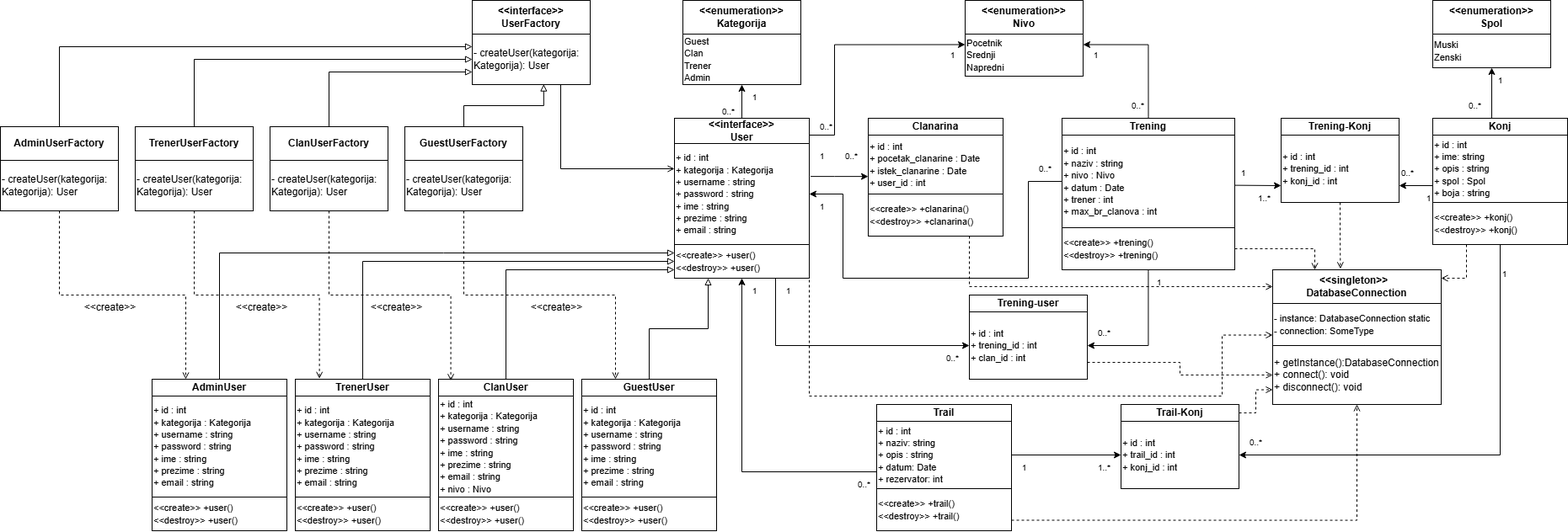
Earlier version of the draw.io export Dokumentacija/Dijagram klasa + Kreacijski paterni.png (ooad-2024-2025/Grupa4-Tim1). Source tidied: cells renumbered, new cells last; positions are measured from the earlier drawing's top-left corner, leaving out a move shared by most shapes.
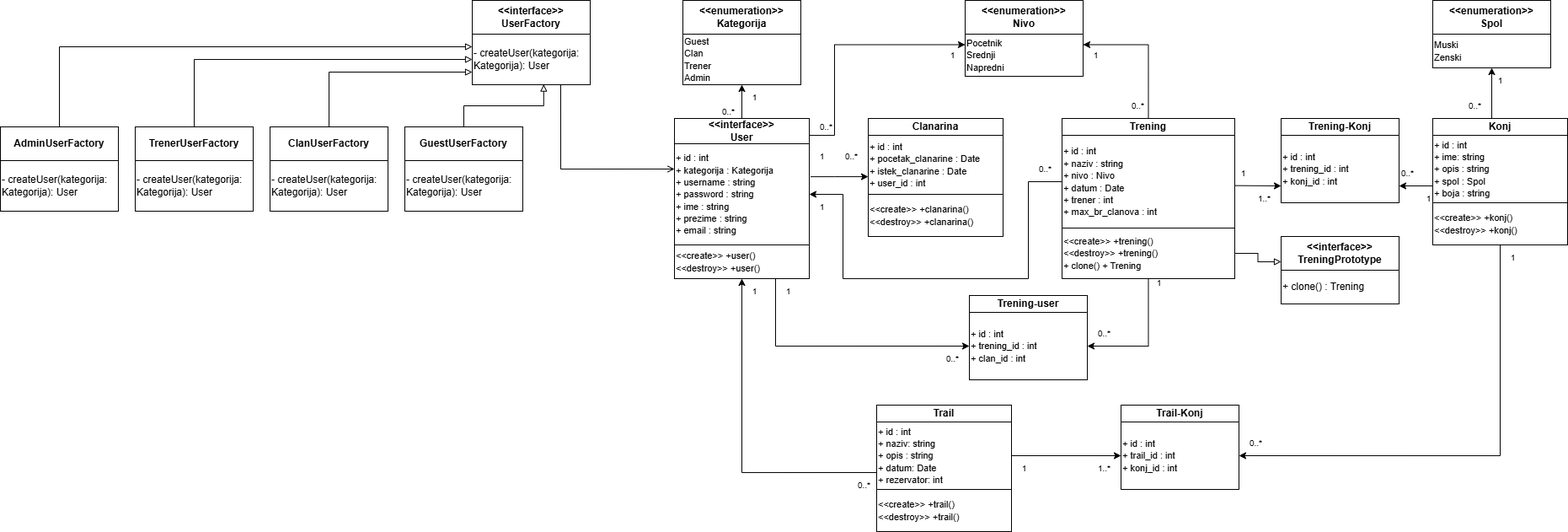
After the change.

Commit message:
Task 8 finito

Change to the diagram source:
```diff
@@ -18,11 +18,2 @@
     </mxCell>
-    <mxCell id="5" style="edgeStyle=orthogonalEdgeStyle;rounded=0;jettySize=auto;html=1;exitX=1;exitY=0.75;exitDx=0;exitDy=0;entryX=0;entryY=0.75;entryDx=0;entryDy=0;dashed=1;endArrow=open;endFill=0;" parent="1" edge="1" source="6" target="115">
-      <mxGeometry relative="1" as="geometry">
-        <Array as="points">
-          <mxPoint x="960" y="470" />
-          <mxPoint x="1450" y="470" />
-          <mxPoint x="1450" y="397" />
-        </Array>
-      </mxGeometry>
-    </mxCell>
     <mxCell id="6" value="&lt;span style=&quot;font-size: 11px;&quot;&gt;&amp;lt;&amp;lt;create&amp;gt;&amp;gt; +user()&lt;br&gt;&amp;lt;&amp;lt;destroy&amp;gt;&amp;gt; +user()&lt;/span&gt;" style="rounded=0;whiteSpace=wrap;html=1;fillColor=none;align=left;" parent="1" vertex="1">
@@ -48,9 +39,2 @@
     </mxCell>
-    <mxCell id="13" style="edgeStyle=orthogonalEdgeStyle;rounded=0;jettySize=auto;html=1;exitX=0.75;exitY=1;exitDx=0;exitDy=0;entryX=0;entryY=0.5;entryDx=0;entryDy=0;dashed=1;endArrow=open;endFill=0;" parent="1" edge="1" source="14" target="114">
-      <mxGeometry relative="1" as="geometry">
-        <Array as="points">
-          <mxPoint x="1150" y="340" />
-        </Array>
-      </mxGeometry>
-    </mxCell>
     <mxCell id="14" value="&lt;span style=&quot;font-size: 11px;&quot;&gt;&amp;lt;&amp;lt;create&amp;gt;&amp;gt; +clanarina()&lt;/span&gt;&lt;br style=&quot;font-size: 11px;&quot;&gt;&lt;span style=&quot;font-size: 11px;&quot;&gt;&amp;lt;&amp;lt;destroy&amp;gt;&amp;gt; +&lt;/span&gt;&lt;span style=&quot;font-size: 11px;&quot;&gt;clanarina&lt;/span&gt;&lt;span style=&quot;font-size: 11px;&quot;&gt;()&lt;/span&gt;" style="rounded=0;whiteSpace=wrap;html=1;fillColor=none;align=left;" parent="1" vertex="1">
@@ -79,5 +63,2 @@
     </mxCell>
-    <mxCell id="22" style="edgeStyle=orthogonalEdgeStyle;rounded=0;jettySize=auto;html=1;exitX=0.25;exitY=1;exitDx=0;exitDy=0;entryX=1;entryY=0.25;entryDx=0;entryDy=0;dashed=1;endArrow=open;endFill=0;" parent="1" edge="1" source="23" target="114">
-      <mxGeometry relative="1" as="geometry" />
-    </mxCell>
     <mxCell id="23" value="&lt;span style=&quot;font-size: 11px;&quot;&gt;&amp;lt;&amp;lt;create&amp;gt;&amp;gt; +konj()&lt;/span&gt;&lt;br style=&quot;font-size: 11px;&quot;&gt;&lt;span style=&quot;font-size: 11px;&quot;&gt;&amp;lt;&amp;lt;destroy&amp;gt;&amp;gt; +konj()&lt;/span&gt;" style="rounded=0;whiteSpace=wrap;html=1;fillColor=none;align=left;" parent="1" vertex="1">
@@ -112,5 +93,2 @@
     </mxCell>
-    <mxCell id="31" style="edgeStyle=orthogonalEdgeStyle;rounded=0;jettySize=auto;html=1;exitX=1;exitY=0.75;exitDx=0;exitDy=0;entryX=0.5;entryY=1;entryDx=0;entryDy=0;dashed=1;endArrow=open;endFill=0;" parent="1" edge="1" source="32" target="116">
-      <mxGeometry relative="1" as="geometry" />
-    </mxCell>
     <mxCell id="32" value="&lt;span style=&quot;font-size: 11px;&quot;&gt;&amp;lt;&amp;lt;create&amp;gt;&amp;gt; +trail()&lt;/span&gt;&lt;br style=&quot;font-size: 11px;&quot;&gt;&lt;span style=&quot;font-size: 11px;&quot;&gt;&amp;lt;&amp;lt;destroy&amp;gt;&amp;gt; +trail()&lt;/span&gt;" style="rounded=0;whiteSpace=wrap;html=1;fillColor=none;align=left;" parent="1" vertex="1">
@@ -118,5 +96,2 @@
     </mxCell>
-    <mxCell id="33" style="edgeStyle=orthogonalEdgeStyle;rounded=0;jettySize=auto;html=1;exitX=1;exitY=0.5;exitDx=0;exitDy=0;entryX=0;entryY=0.75;entryDx=0;entryDy=0;dashed=1;endArrow=open;endFill=0;" parent="1" edge="1" source="34" target="116">
-      <mxGeometry relative="1" as="geometry" />
-    </mxCell>
     <mxCell id="34" value="&lt;b&gt;Trail-Konj&lt;/b&gt;" style="rounded=0;whiteSpace=wrap;html=1;fillColor=none;" parent="1" vertex="1">
@@ -145,3 +120,3 @@
     <mxCell id="40" value="1" style="text;html=1;align=center;verticalAlign=middle;strokeColor=none;fillColor=none;fontSize=10;" parent="1" vertex="1">
-      <mxGeometry x="1770" y="310" width="30" height="30" as="geometry" />
+      <mxGeometry x="1780" y="290" width="30" height="30" as="geometry" />
     </mxCell>
@@ -175,7 +150,7 @@
     </mxCell>
-    <mxCell id="48" style="edgeStyle=orthogonalEdgeStyle;rounded=0;jettySize=auto;html=1;exitX=1;exitY=0.5;exitDx=0;exitDy=0;entryX=0.25;entryY=0;entryDx=0;entryDy=0;dashed=1;endArrow=open;endFill=0;" parent="1" edge="1" source="49" target="114">
-      <mxGeometry relative="1" as="geometry" />
-    </mxCell>
+    <mxCell id="118" style="edgeStyle=orthogonalEdgeStyle;rounded=0;jettySize=auto;html=1;exitX=1;exitY=0.5;exitDx=0;exitDy=0;entryX=0;entryY=0.75;entryDx=0;entryDy=0;endArrow=block;endFill=0;" parent="1" edge="1" source="49" target="119">
+      <mxGeometry relative="1" as="geometry" />
+    </mxCell>
-    <mxCell id="49" value="&lt;span style=&quot;font-size: 11px;&quot;&gt;&amp;lt;&amp;lt;create&amp;gt;&amp;gt; +trening()&lt;/span&gt;&lt;br style=&quot;font-size: 11px;&quot;&gt;&lt;span style=&quot;font-size: 11px;&quot;&gt;&amp;lt;&amp;lt;destroy&amp;gt;&amp;gt; +trening()&lt;/span&gt;" style="rounded=0;whiteSpace=wrap;html=1;fillColor=none;align=left;" parent="1" vertex="1">
-      <mxGeometry x="1260" y="270" width="205" height="50" as="geometry" />
+    <mxCell id="49" value="&lt;span style=&quot;font-size: 11px;&quot;&gt;&amp;lt;&amp;lt;create&amp;gt;&amp;gt; +trening()&lt;/span&gt;&lt;br style=&quot;font-size: 11px;&quot;&gt;&lt;span style=&quot;font-size: 11px;&quot;&gt;&amp;lt;&amp;lt;destroy&amp;gt;&amp;gt; +trening()&lt;/span&gt;&lt;div&gt;&lt;span style=&quot;font-size: 11px;&quot;&gt;+ clone() + Trening&lt;/span&gt;&lt;/div&gt;" style="rounded=0;whiteSpace=wrap;html=1;fillColor=none;align=left;" parent="1" vertex="1">
+      <mxGeometry x="1260" y="270" width="205" height="60" as="geometry" />
     </mxCell>
@@ -214,5 +189,2 @@
     </mxCell>
-    <mxCell id="61" style="edgeStyle=orthogonalEdgeStyle;rounded=0;jettySize=auto;html=1;exitX=1;exitY=0.75;exitDx=0;exitDy=0;entryX=0;entryY=0.5;entryDx=0;entryDy=0;dashed=1;endArrow=open;endFill=0;" parent="1" edge="1" source="62" target="116">
-      <mxGeometry relative="1" as="geometry" />
-    </mxCell>
     <mxCell id="62" value="&lt;font style=&quot;font-size: 11px;&quot;&gt;+ id : int&lt;/font&gt;&lt;div&gt;&lt;font style=&quot;font-size: 11px;&quot;&gt;+ trening_id : int&lt;br&gt;&lt;/font&gt;&lt;/div&gt;&lt;div&gt;&lt;font style=&quot;font-size: 11px;&quot;&gt;+ clan_id : int&lt;/font&gt;&lt;/div&gt;" style="rounded=0;whiteSpace=wrap;html=1;fillColor=none;align=left;" parent="1" vertex="1">
@@ -265,50 +237,2 @@
     </mxCell>
-    <mxCell id="78" style="edgeStyle=orthogonalEdgeStyle;rounded=0;jettySize=auto;html=1;exitX=0.5;exitY=0;exitDx=0;exitDy=0;entryX=0.25;entryY=1;entryDx=0;entryDy=0;endArrow=block;endFill=0;" parent="1" edge="1" source="79" target="6">
-      <mxGeometry relative="1" as="geometry" />
-    </mxCell>
-    <mxCell id="79" value="&lt;b&gt;GuestUser&lt;/b&gt;" style="rounded=0;whiteSpace=wrap;html=1;fillColor=none;" parent="1" vertex="1">
-      <mxGeometry x="690" y="450" width="160" height="20" as="geometry" />
-    </mxCell>
-    <mxCell id="80" value="&lt;font style=&quot;font-size: 11px;&quot;&gt;+ id : int&lt;/font&gt;&lt;div&gt;&lt;font style=&quot;font-size: 11px;&quot;&gt;+ kategorija : Kategorija&lt;/font&gt;&lt;/div&gt;&lt;div&gt;&lt;font style=&quot;font-size: 11px;&quot;&gt;+ username : string&lt;/font&gt;&lt;/div&gt;&lt;div&gt;&lt;font style=&quot;font-size: 11px;&quot;&gt;+ password : string&lt;/font&gt;&lt;/div&gt;&lt;div&gt;&lt;font style=&quot;font-size: 11px;&quot;&gt;+ ime : string&lt;/font&gt;&lt;/div&gt;&lt;div&gt;&lt;font style=&quot;font-size: 11px;&quot;&gt;+ prezime : string&lt;/font&gt;&lt;/div&gt;&lt;div&gt;&lt;font style=&quot;font-size: 11px;&quot;&gt;+ email : string&lt;/font&gt;&lt;/div&gt;" style="rounded=0;whiteSpace=wrap;html=1;fillColor=none;align=left;" parent="1" vertex="1">
-      <mxGeometry x="690" y="470" width="160" height="120" as="geometry" />
-    </mxCell>
-    <mxCell id="81" value="&lt;span style=&quot;font-size: 11px;&quot;&gt;&amp;lt;&amp;lt;create&amp;gt;&amp;gt; +user()&lt;br&gt;&amp;lt;&amp;lt;destroy&amp;gt;&amp;gt; +user()&lt;/span&gt;" style="rounded=0;whiteSpace=wrap;html=1;fillColor=none;align=left;" parent="1" vertex="1">
-      <mxGeometry x="690" y="590" width="160" height="40" as="geometry" />
-    </mxCell>
-    <mxCell id="82" style="edgeStyle=orthogonalEdgeStyle;rounded=0;jettySize=auto;html=1;exitX=0.5;exitY=0;exitDx=0;exitDy=0;entryX=0;entryY=0.75;entryDx=0;entryDy=0;endArrow=block;endFill=0;" parent="1" edge="1" source="83" target="6">
-      <mxGeometry relative="1" as="geometry" />
-    </mxCell>
-    <mxCell id="83" value="&lt;b&gt;ClanUser&lt;/b&gt;" style="rounded=0;whiteSpace=wrap;html=1;fillColor=none;" parent="1" vertex="1">
-      <mxGeometry x="520" y="450" width="160" height="20" as="geometry" />
-    </mxCell>
-    <mxCell id="84" value="&lt;font style=&quot;font-size: 11px;&quot;&gt;+ id : int&lt;/font&gt;&lt;div&gt;&lt;font style=&quot;font-size: 11px;&quot;&gt;+ kategorija : Kategorija&lt;/font&gt;&lt;/div&gt;&lt;div&gt;&lt;font style=&quot;font-size: 11px;&quot;&gt;+ username : string&lt;/font&gt;&lt;/div&gt;&lt;div&gt;&lt;font style=&quot;font-size: 11px;&quot;&gt;+ password : string&lt;/font&gt;&lt;/div&gt;&lt;div&gt;&lt;font style=&quot;font-size: 11px;&quot;&gt;+ ime : string&lt;/font&gt;&lt;/div&gt;&lt;div&gt;&lt;font style=&quot;font-size: 11px;&quot;&gt;+ prezime : string&lt;/font&gt;&lt;/div&gt;&lt;div&gt;&lt;font style=&quot;font-size: 11px;&quot;&gt;+ email : string&lt;/font&gt;&lt;/div&gt;&lt;div&gt;&lt;font style=&quot;font-size: 11px;&quot;&gt;+ nivo : Nivo&lt;/font&gt;&lt;/div&gt;" style="rounded=0;whiteSpace=wrap;html=1;fillColor=none;align=left;" parent="1" vertex="1">
-      <mxGeometry x="520" y="470" width="160" height="120" as="geometry" />
-    </mxCell>
-    <mxCell id="85" value="&lt;span style=&quot;font-size: 11px;&quot;&gt;&amp;lt;&amp;lt;create&amp;gt;&amp;gt; +user()&lt;br&gt;&amp;lt;&amp;lt;destroy&amp;gt;&amp;gt; +user()&lt;/span&gt;" style="rounded=0;whiteSpace=wrap;html=1;fillColor=none;align=left;" parent="1" vertex="1">
-      <mxGeometry x="520" y="590" width="160" height="40" as="geometry" />
-    </mxCell>
-    <mxCell id="86" style="edgeStyle=orthogonalEdgeStyle;rounded=0;jettySize=auto;html=1;exitX=0.5;exitY=0;exitDx=0;exitDy=0;entryX=0;entryY=0.5;entryDx=0;entryDy=0;endArrow=block;endFill=0;" parent="1" edge="1" source="87" target="6">
-      <mxGeometry relative="1" as="geometry" />
-    </mxCell>
-    <mxCell id="87" value="&lt;b&gt;TrenerUser&lt;/b&gt;" style="rounded=0;whiteSpace=wrap;html=1;fillColor=none;" parent="1" vertex="1">
-      <mxGeometry x="350" y="450" width="160" height="20" as="geometry" />
-    </mxCell>
-    <mxCell id="88" value="&lt;font style=&quot;font-size: 11px;&quot;&gt;+ id : int&lt;/font&gt;&lt;div&gt;&lt;font style=&quot;font-size: 11px;&quot;&gt;+ kategorija : Kategorija&lt;/font&gt;&lt;/div&gt;&lt;div&gt;&lt;font style=&quot;font-size: 11px;&quot;&gt;+ username : string&lt;/font&gt;&lt;/div&gt;&lt;div&gt;&lt;font style=&quot;font-size: 11px;&quot;&gt;+ password : string&lt;/font&gt;&lt;/div&gt;&lt;div&gt;&lt;font style=&quot;font-size: 11px;&quot;&gt;+ ime : string&lt;/font&gt;&lt;/div&gt;&lt;div&gt;&lt;font style=&quot;font-size: 11px;&quot;&gt;+ prezime : string&lt;/font&gt;&lt;/div&gt;&lt;div&gt;&lt;font style=&quot;font-size: 11px;&quot;&gt;+ email : string&lt;/font&gt;&lt;/div&gt;" style="rounded=0;whiteSpace=wrap;html=1;fillColor=none;align=left;" parent="1" vertex="1">
-      <mxGeometry x="350" y="470" width="160" height="120" as="geometry" />
-    </mxCell>
-    <mxCell id="89" value="&lt;span style=&quot;font-size: 11px;&quot;&gt;&amp;lt;&amp;lt;create&amp;gt;&amp;gt; +user()&lt;br&gt;&amp;lt;&amp;lt;destroy&amp;gt;&amp;gt; +user()&lt;/span&gt;" style="rounded=0;whiteSpace=wrap;html=1;fillColor=none;align=left;" parent="1" vertex="1">
-      <mxGeometry x="350" y="590" width="160" height="40" as="geometry" />
-    </mxCell>
-    <mxCell id="90" style="edgeStyle=orthogonalEdgeStyle;rounded=0;jettySize=auto;html=1;exitX=0.5;exitY=0;exitDx=0;exitDy=0;entryX=0;entryY=0.25;entryDx=0;entryDy=0;endArrow=block;endFill=0;" parent="1" edge="1" source="91" target="6">
-      <mxGeometry relative="1" as="geometry" />
-    </mxCell>
-    <mxCell id="91" value="&lt;b&gt;AdminUser&lt;/b&gt;" style="rounded=0;whiteSpace=wrap;html=1;fillColor=none;" parent="1" vertex="1">
-      <mxGeometry x="180" y="450" width="160" height="20" as="geometry" />
-    </mxCell>
-    <mxCell id="92" value="&lt;font style=&quot;font-size: 11px;&quot;&gt;+ id : int&lt;/font&gt;&lt;div&gt;&lt;font style=&quot;font-size: 11px;&quot;&gt;+ kategorija : Kategorija&lt;/font&gt;&lt;/div&gt;&lt;div&gt;&lt;font style=&quot;font-size: 11px;&quot;&gt;+ username : string&lt;/font&gt;&lt;/div&gt;&lt;div&gt;&lt;font style=&quot;font-size: 11px;&quot;&gt;+ password : string&lt;/font&gt;&lt;/div&gt;&lt;div&gt;&lt;font style=&quot;font-size: 11px;&quot;&gt;+ ime : string&lt;/font&gt;&lt;/div&gt;&lt;div&gt;&lt;font style=&quot;font-size: 11px;&quot;&gt;+ prezime : string&lt;/font&gt;&lt;/div&gt;&lt;div&gt;&lt;font style=&quot;font-size: 11px;&quot;&gt;+ email : string&lt;/font&gt;&lt;/div&gt;" style="rounded=0;whiteSpace=wrap;html=1;fillColor=none;align=left;" parent="1" vertex="1">
-      <mxGeometry x="180" y="470" width="160" height="120" as="geometry" />
-    </mxCell>
-    <mxCell id="93" value="&lt;span style=&quot;font-size: 11px;&quot;&gt;&amp;lt;&amp;lt;create&amp;gt;&amp;gt; +user()&lt;br&gt;&amp;lt;&amp;lt;destroy&amp;gt;&amp;gt; +user()&lt;/span&gt;" style="rounded=0;whiteSpace=wrap;html=1;fillColor=none;align=left;" parent="1" vertex="1">
-      <mxGeometry x="180" y="590" width="160" height="40" as="geometry" />
-    </mxCell>
     <mxCell id="94" value="&lt;b&gt;GuestUserFactory&lt;/b&gt;" style="rounded=0;whiteSpace=wrap;html=1;fillColor=none;" parent="1" vertex="1">
@@ -316,5 +240,2 @@
     </mxCell>
-    <mxCell id="95" style="edgeStyle=orthogonalEdgeStyle;rounded=0;jettySize=auto;html=1;exitX=0.5;exitY=1;exitDx=0;exitDy=0;entryX=0.25;entryY=0;entryDx=0;entryDy=0;dashed=1;endArrow=open;endFill=0;" parent="1" edge="1" source="96" target="79">
-      <mxGeometry relative="1" as="geometry" />
-    </mxCell>
     <mxCell id="96" value="- createUser(kategorija: Kategorija): User" style="rounded=0;whiteSpace=wrap;html=1;fillColor=none;align=left;" parent="1" vertex="1">
@@ -328,5 +249,2 @@
     </mxCell>
-    <mxCell id="99" style="edgeStyle=orthogonalEdgeStyle;rounded=0;jettySize=auto;html=1;exitX=0.5;exitY=1;exitDx=0;exitDy=0;entryX=0.091;entryY=0.092;entryDx=0;entryDy=0;entryPerimeter=0;dashed=1;endArrow=open;endFill=0;" parent="1" edge="1" source="100" target="83">
-      <mxGeometry relative="1" as="geometry" />
-    </mxCell>
     <mxCell id="100" value="- createUser(kategorija: Kategorija): User" style="rounded=0;whiteSpace=wrap;html=1;fillColor=none;align=left;" parent="1" vertex="1">
@@ -349,5 +267,2 @@
     </mxCell>
-    <mxCell id="106" style="edgeStyle=orthogonalEdgeStyle;rounded=0;jettySize=auto;html=1;exitX=0.5;exitY=1;exitDx=0;exitDy=0;entryX=0.25;entryY=0;entryDx=0;entryDy=0;dashed=1;endArrow=open;endFill=0;" parent="1" edge="1" source="107" target="91">
-      <mxGeometry relative="1" as="geometry" />
-    </mxCell>
     <mxCell id="107" value="- createUser(kategorija: Kategorija): User" style="rounded=0;whiteSpace=wrap;html=1;fillColor=none;align=left;" parent="1" vertex="1">
@@ -358,34 +273,8 @@
     </mxCell>
-    <mxCell id="109" style="edgeStyle=orthogonalEdgeStyle;rounded=0;jettySize=auto;html=1;exitX=0.5;exitY=1;exitDx=0;exitDy=0;entryX=0.179;entryY=-0.033;entryDx=0;entryDy=0;entryPerimeter=0;dashed=1;endArrow=open;endFill=0;" parent="1" edge="1" source="103" target="87">
-      <mxGeometry relative="1" as="geometry" />
-    </mxCell>
-    <mxCell id="110" value="&amp;lt;&amp;lt;create&amp;gt;&amp;gt;" style="text;html=1;align=center;verticalAlign=middle;strokeColor=none;fillColor=none;" parent="1" vertex="1">
-      <mxGeometry x="90" y="350" width="80" height="30" as="geometry" />
-    </mxCell>
-    <mxCell id="111" value="&amp;lt;&amp;lt;create&amp;gt;&amp;gt;" style="text;html=1;align=center;verticalAlign=middle;strokeColor=none;fillColor=none;" parent="1" vertex="1">
-      <mxGeometry x="270" y="350" width="80" height="30" as="geometry" />
-    </mxCell>
-    <mxCell id="112" value="&amp;lt;&amp;lt;create&amp;gt;&amp;gt;" style="text;html=1;align=center;verticalAlign=middle;strokeColor=none;fillColor=none;" parent="1" vertex="1">
-      <mxGeometry x="430" y="350" width="80" height="30" as="geometry" />
-    </mxCell>
-    <mxCell id="113" value="&amp;lt;&amp;lt;create&amp;gt;&amp;gt;" style="text;html=1;align=center;verticalAlign=middle;strokeColor=none;fillColor=none;" parent="1" vertex="1">
-      <mxGeometry x="620" y="350" width="80" height="30" as="geometry" />
-    </mxCell>
-    <mxCell id="114" value="&lt;div&gt;&lt;b&gt;&amp;nbsp;&amp;lt;&amp;lt;singleton&amp;gt;&amp;gt;&lt;/b&gt;&lt;b style=&quot;background-color: transparent; color: light-dark(rgb(0, 0, 0), rgb(255, 255, 255));&quot;&gt;&amp;nbsp; &amp;nbsp; DatabaseConnection&lt;/b&gt;&lt;/div&gt;" style="rounded=0;whiteSpace=wrap;html=1;fillColor=none;" parent="1" vertex="1">
-      <mxGeometry x="1510" y="320" width="200" height="40" as="geometry" />
-    </mxCell>
-    <mxCell id="115" value="&lt;div&gt;&lt;span style=&quot;font-size: 11px;&quot;&gt;- instance: DatabaseConnection static&lt;/span&gt;&lt;/div&gt;&lt;div&gt;&lt;span style=&quot;font-size: 11px; background-color: transparent; color: light-dark(rgb(0, 0, 0), rgb(255, 255, 255));&quot;&gt;- connection: SomeType&lt;/span&gt;&lt;/div&gt;" style="rounded=0;whiteSpace=wrap;html=1;fillColor=none;align=left;" parent="1" vertex="1">
-      <mxGeometry x="1510" y="360" width="200" height="50" as="geometry" />
-    </mxCell>
-    <mxCell id="116" value="&lt;div&gt;+ getInstance():DatabaseConnection&lt;/div&gt;&lt;div&gt;+ connect(): void&lt;/div&gt;&lt;div&gt;+ disconnect(): void&lt;/div&gt;" style="rounded=0;whiteSpace=wrap;html=1;fillColor=none;align=left;" parent="1" vertex="1">
-      <mxGeometry x="1510" y="410" width="200" height="70" as="geometry" />
-    </mxCell>
-    <mxCell id="117" style="edgeStyle=orthogonalEdgeStyle;rounded=0;jettySize=auto;html=1;exitX=0.5;exitY=1;exitDx=0;exitDy=0;entryX=0.402;entryY=-0.028;entryDx=0;entryDy=0;entryPerimeter=0;dashed=1;endArrow=open;endFill=0;" parent="1" edge="1" source="53" target="114">
-      <mxGeometry relative="1" as="geometry">
-        <Array as="points">
-          <mxPoint x="1590" y="279" />
-          <mxPoint x="1590" y="279" />
-        </Array>
-      </mxGeometry>
-    </mxCell>
+    <mxCell id="119" value="&lt;b&gt;&amp;lt;&amp;lt;interface&amp;gt;&amp;gt;&lt;/b&gt;&lt;div&gt;&lt;b&gt;TreningPrototype&lt;/b&gt;&lt;/div&gt;" style="rounded=0;whiteSpace=wrap;html=1;fillColor=none;" parent="1" vertex="1">
+      <mxGeometry x="1520" y="280" width="140" height="40" as="geometry" />
+    </mxCell>
+    <mxCell id="120" value="+ clone() : Trening" style="rounded=0;whiteSpace=wrap;html=1;fillColor=none;align=left;" parent="1" vertex="1">
+      <mxGeometry x="1520" y="320" width="140" height="40" as="geometry" />
+    </mxCell>
   </root>
```
